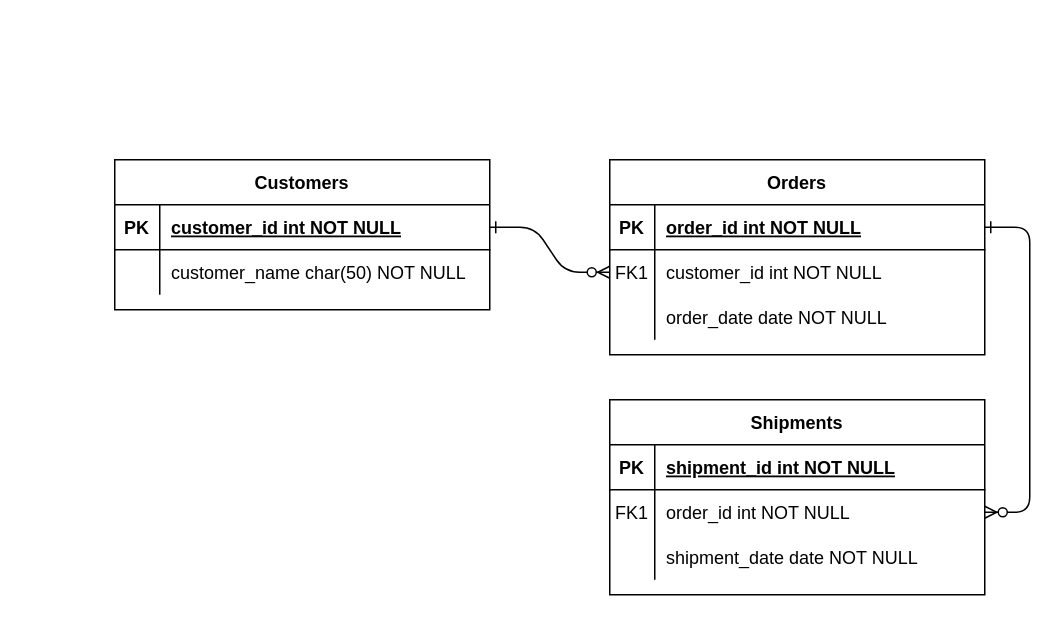
Christinalytle/week9Homework keeps this draw.io diagram as Untitled Diagram.drawio. Above is the earlier version. Source tidied: cells renumbered, new cells numbered last; positions are measured from the earlier drawing's top-left corner, leaving out a move shared by most shapes. Both pictures are drawn from the tidied source at 150%, with x=0, y=0 at pixel (114, 159).
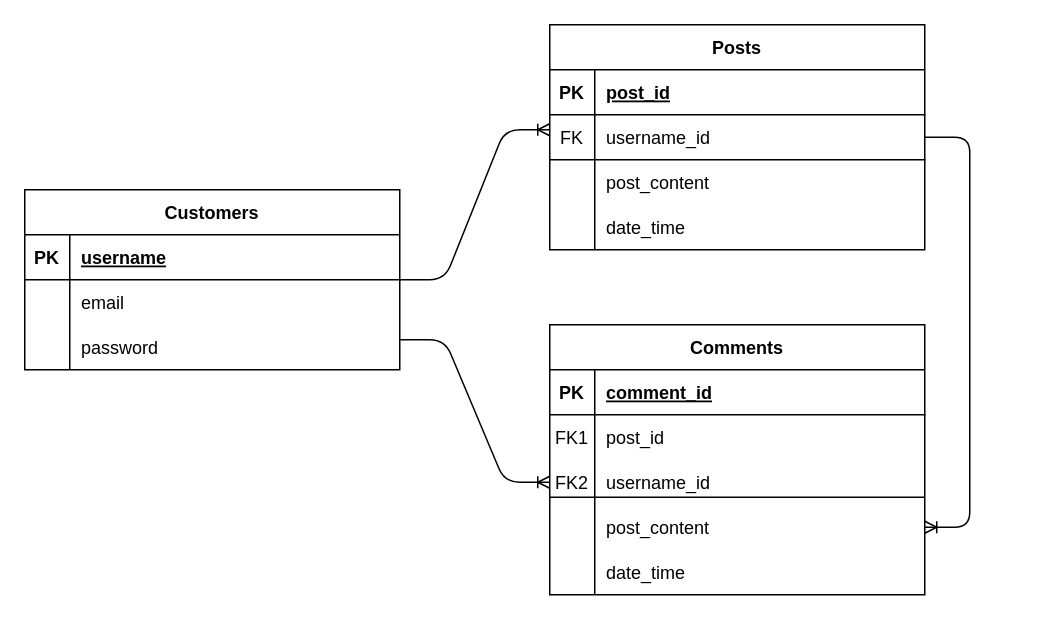
The same diagram, later.

Commit message:
Social Media Diagram

Unchanged cells that the change refers to:
```xml
<mxCell id="5" style="shape=partialRectangle;fillColor=none;points=[[0,0.5],[1,0.5]];portConstraint=eastwest;top=0;left=0;right=0;bottom=1;" parent="4" vertex="1">
  <mxGeometry y="30" width="250" height="30" as="geometry" />
</mxCell>
<mxCell id="11" style="shape=partialRectangle;fillColor=none;top=0;left=0;right=0;bottom=0;" parent="4" vertex="1">
  <mxGeometry y="90" width="250" height="30" as="geometry" />
</mxCell>
<mxCell id="15" style="shape=partialRectangle;fillColor=none;top=0;left=0;right=0;bottom=1;" parent="14" vertex="1">
  <mxGeometry y="30" width="250" height="30" as="geometry" />
</mxCell>
<mxCell id="18" style="shape=partialRectangle;fillColor=none;points=[[0,0.5],[1,0.5]];portConstraint=eastwest;top=0;left=0;right=0;bottom=0;" parent="14" vertex="1">
  <mxGeometry y="60" width="250" height="30" as="geometry" />
</mxCell>
<mxCell id="25" style="shape=partialRectangle;fillColor=none;points=[[0,0.5],[1,0.5]];portConstraint=eastwest;top=0;left=0;right=0;bottom=1;" parent="24" vertex="1">
  <mxGeometry y="30" width="250" height="30" as="geometry" />
</mxCell>
<mxCell id="28" style="shape=partialRectangle;fillColor=none;top=0;left=0;right=0;bottom=0;" parent="24" vertex="1">
  <mxGeometry y="60" width="250" height="30" as="geometry" />
</mxCell>
```

Change to the diagram source:
```diff
@@
-    <mxCell id="2" style="edgeStyle=entityRelationEdgeStyle;endArrow=ERzeroToMany;startArrow=ERone;endFill=1;startFill=0;" parent="1" edge="1" source="25" target="8">
-      <mxGeometry relative="1" as="geometry" />
-    </mxCell>
-    <mxCell id="3" style="edgeStyle=entityRelationEdgeStyle;endArrow=ERzeroToMany;startArrow=ERone;endFill=1;startFill=0;" parent="1" edge="1" source="5" target="18">
-      <mxGeometry relative="1" as="geometry" />
-    </mxCell>
-    <mxCell id="4" value="Orders" style="shape=table;startSize=30;childLayout=tableLayout;rowLines=0;fontStyle=1;align=center;" parent="1" vertex="1">
-      <mxGeometry x="330" width="250" height="130" as="geometry" />
+    <mxCell id="4" value="Posts" style="shape=table;startSize=30;childLayout=tableLayout;rowLines=0;fontStyle=1;align=center;" parent="1" vertex="1">
+      <mxGeometry x="290" y="-90" width="250" height="150" as="geometry" />
     </mxCell>
@@
-    <mxCell id="7" value="order_id int NOT NULL " style="shape=partialRectangle;overflow=hidden;fillColor=none;top=0;left=0;bottom=0;right=0;align=left;spacingLeft=6;fontStyle=5;" parent="5" vertex="1">
+    <mxCell id="7" value="post_id" style="shape=partialRectangle;overflow=hidden;fillColor=none;top=0;left=0;bottom=0;right=0;align=left;spacingLeft=6;fontStyle=5;" parent="5" vertex="1">
       <mxGeometry x="30" width="220" height="30" as="geometry" />
     </mxCell>
-    <mxCell id="8" style="shape=partialRectangle;fillColor=none;points=[[0,0.5],[1,0.5]];portConstraint=eastwest;top=0;left=0;right=0;bottom=0;" parent="4" vertex="1">
-      <mxGeometry y="60" width="250" height="30" as="geometry" />
-    </mxCell>
-    <mxCell id="9" value="FK1" style="shape=partialRectangle;overflow=hidden;fillColor=none;top=0;left=0;bottom=0;right=0;" parent="8" vertex="1">
-      <mxGeometry width="30" height="30" as="geometry" />
-    </mxCell>
-    <mxCell id="10" value="customer_id int NOT NULL" style="shape=partialRectangle;overflow=hidden;fillColor=none;top=0;left=0;bottom=0;right=0;align=left;spacingLeft=6;" parent="8" vertex="1">
-      <mxGeometry x="30" width="220" height="30" as="geometry" />
-    </mxCell>
+    <mxCell id="31" style="shape=partialRectangle;fillColor=none;top=0;left=0;bottom=1;right=0;points=[[0,0.5],[1,0.5]];portConstraint=eastwest;" parent="4" vertex="1">
+      <mxGeometry y="60" width="250" height="30" as="geometry" />
+    </mxCell>
+    <mxCell id="32" value="FK" style="shape=partialRectangle;fillColor=none;top=0;left=0;bottom=0;right=0;fontStyle=0;overflow=hidden;" parent="31" vertex="1">
+      <mxGeometry width="30" height="30" as="geometry" />
+    </mxCell>
+    <mxCell id="33" value="username_id" style="shape=partialRectangle;fillColor=none;top=0;left=0;bottom=0;right=0;align=left;spacingLeft=6;fontStyle=0;overflow=hidden;" parent="31" vertex="1">
+      <mxGeometry x="30" width="220" height="30" as="geometry" />
+    </mxCell>
@@
-    <mxCell id="13" value="order_date date NOT NULL" style="shape=partialRectangle;overflow=hidden;fillColor=none;top=0;left=0;bottom=0;right=0;align=left;spacingLeft=6;" parent="11" vertex="1">
+    <mxCell id="13" value="post_content" style="shape=partialRectangle;overflow=hidden;fillColor=none;top=0;left=0;bottom=0;right=0;align=left;spacingLeft=6;" parent="11" vertex="1">
       <mxGeometry x="30" width="220" height="30" as="geometry" />
     </mxCell>
+    <mxCell id="34" style="shape=partialRectangle;fillColor=none;top=0;left=0;bottom=0;right=0;" parent="4" vertex="1">
+      <mxGeometry y="120" width="250" height="30" as="geometry" />
+    </mxCell>
+    <mxCell id="35" style="shape=partialRectangle;fillColor=none;top=0;left=0;bottom=0;right=0;overflow=hidden;" parent="34" vertex="1">
+      <mxGeometry width="30" height="30" as="geometry" />
+    </mxCell>
+    <mxCell id="36" value="date_time" style="shape=partialRectangle;fillColor=none;top=0;left=0;bottom=0;right=0;align=left;spacingLeft=6;overflow=hidden;" parent="34" vertex="1">
+      <mxGeometry x="30" width="220" height="30" as="geometry" />
+    </mxCell>
-    <mxCell id="14" value="Shipments" style="shape=table;startSize=30;childLayout=tableLayout;rowLines=0;fontStyle=1;align=center;" parent="1" vertex="1">
-      <mxGeometry x="330" y="160" width="250" height="130" as="geometry" />
+    <mxCell id="14" value="Comments" style="shape=table;startSize=30;childLayout=tableLayout;rowLines=0;fontStyle=1;align=center;" parent="1" vertex="1">
+      <mxGeometry x="290" y="110" width="250" height="180" as="geometry" />
     </mxCell>
@@
-    <mxCell id="17" value="shipment_id int NOT NULL " style="shape=partialRectangle;overflow=hidden;fillColor=none;top=0;left=0;bottom=0;right=0;align=left;spacingLeft=6;fontStyle=5;" parent="15" vertex="1">
+    <mxCell id="17" value="comment_id" style="shape=partialRectangle;overflow=hidden;fillColor=none;top=0;left=0;bottom=0;right=0;align=left;spacingLeft=6;fontStyle=5;" parent="15" vertex="1">
       <mxGeometry x="30" width="220" height="30" as="geometry" />
     </mxCell>
@@
-    <mxCell id="20" value="order_id int NOT NULL" style="shape=partialRectangle;overflow=hidden;fillColor=none;top=0;left=0;bottom=0;right=0;align=left;spacingLeft=6;" parent="18" vertex="1">
+    <mxCell id="20" value="post_id" style="shape=partialRectangle;overflow=hidden;fillColor=none;top=0;left=0;bottom=0;right=0;align=left;spacingLeft=6;" parent="18" vertex="1">
       <mxGeometry x="30" width="220" height="30" as="geometry" />
     </mxCell>
+    <mxCell id="37" style="shape=partialRectangle;fillColor=none;top=0;left=0;bottom=0;right=0;points=[[0,0.5],[1,0.5]];portConstraint=eastwest;strokeColor=#000000;strokeWidth=1;" parent="14" vertex="1">
+      <mxGeometry y="90" width="250" height="30" as="geometry" />
+    </mxCell>
+    <mxCell id="38" value="FK2" style="shape=partialRectangle;fillColor=none;top=0;left=0;bottom=0;right=0;fontStyle=0;overflow=hidden;" parent="37" vertex="1">
+      <mxGeometry width="30" height="30" as="geometry" />
+    </mxCell>
+    <mxCell id="39" value="username_id" style="shape=partialRectangle;fillColor=none;top=0;left=0;bottom=0;right=0;align=left;spacingLeft=6;fontStyle=0;overflow=hidden;" parent="37" vertex="1">
+      <mxGeometry x="30" width="220" height="30" as="geometry" />
+    </mxCell>
     <mxCell id="21" style="shape=partialRectangle;fillColor=none;points=[[0,0.5],[1,0.5]];portConstraint=eastwest;top=0;left=0;right=0;bottom=0;" parent="14" vertex="1">
-      <mxGeometry y="90" width="250" height="30" as="geometry" />
+      <mxGeometry y="120" width="250" height="30" as="geometry" />
     </mxCell>
@@
-    <mxCell id="23" value="shipment_date date NOT NULL" style="shape=partialRectangle;overflow=hidden;fillColor=none;top=0;left=0;bottom=0;right=0;align=left;spacingLeft=6;" parent="21" vertex="1">
+    <mxCell id="23" value="post_content" style="shape=partialRectangle;overflow=hidden;fillColor=none;top=0;left=0;bottom=0;right=0;align=left;spacingLeft=6;" parent="21" vertex="1">
       <mxGeometry x="30" width="220" height="30" as="geometry" />
     </mxCell>
+    <mxCell id="40" style="shape=partialRectangle;fillColor=none;top=0;left=0;bottom=0;right=0;strokeColor=#000000;strokeWidth=1;" parent="14" vertex="1">
+      <mxGeometry y="150" width="250" height="30" as="geometry" />
+    </mxCell>
+    <mxCell id="41" style="shape=partialRectangle;fillColor=none;top=0;left=0;bottom=0;right=0;overflow=hidden;" parent="40" vertex="1">
+      <mxGeometry width="30" height="30" as="geometry" />
+    </mxCell>
+    <mxCell id="42" value="date_time" style="shape=partialRectangle;fillColor=none;top=0;left=0;bottom=0;right=0;align=left;spacingLeft=6;overflow=hidden;" parent="40" vertex="1">
+      <mxGeometry x="30" width="220" height="30" as="geometry" />
+    </mxCell>
     <mxCell id="24" value="Customers" style="shape=table;startSize=30;childLayout=tableLayout;rowLines=0;fontStyle=1;align=center;" parent="1" vertex="1">
-      <mxGeometry width="250" height="100" as="geometry" />
+      <mxGeometry x="-60" y="20" width="250" height="120" as="geometry" />
     </mxCell>
@@
-    <mxCell id="27" value="customer_id int NOT NULL " style="shape=partialRectangle;overflow=hidden;fillColor=none;top=0;left=0;bottom=0;right=0;align=left;spacingLeft=6;fontStyle=5;" parent="25" vertex="1">
+    <mxCell id="27" value="username" style="shape=partialRectangle;overflow=hidden;fillColor=none;top=0;left=0;bottom=0;right=0;align=left;spacingLeft=6;fontStyle=5;" parent="25" vertex="1">
       <mxGeometry x="30" width="220" height="30" as="geometry" />
     </mxCell>
@@
-    <mxCell id="30" value="customer_name char(50) NOT NULL" style="shape=partialRectangle;overflow=hidden;fillColor=none;top=0;left=0;bottom=0;right=0;align=left;spacingLeft=6;" parent="28" vertex="1">
+    <mxCell id="30" value="email " style="shape=partialRectangle;overflow=hidden;fillColor=none;top=0;left=0;bottom=0;right=0;align=left;spacingLeft=6;" parent="28" vertex="1">
       <mxGeometry x="30" width="220" height="30" as="geometry" />
     </mxCell>
+    <mxCell id="43" style="shape=partialRectangle;fillColor=none;top=0;left=0;bottom=0;right=0;strokeColor=#000000;strokeWidth=1;" parent="24" vertex="1">
+      <mxGeometry y="90" width="250" height="30" as="geometry" />
+    </mxCell>
+    <mxCell id="44" style="shape=partialRectangle;fillColor=none;top=0;left=0;bottom=0;right=0;overflow=hidden;" parent="43" vertex="1">
+      <mxGeometry width="30" height="30" as="geometry" />
+    </mxCell>
+    <mxCell id="45" value="password" style="shape=partialRectangle;fillColor=none;top=0;left=0;bottom=0;right=0;align=left;spacingLeft=6;overflow=hidden;" parent="43" vertex="1">
+      <mxGeometry x="30" width="220" height="30" as="geometry" />
+    </mxCell>
+    <mxCell id="46" style="edgeStyle=entityRelationEdgeStyle;fontSize=12;html=1;endArrow=ERoneToMany;" parent="1" edge="1">
+      <mxGeometry relative="1" as="geometry">
+        <mxPoint x="190" y="80" as="sourcePoint" />
+        <mxPoint x="290" y="-20" as="targetPoint" />
+      </mxGeometry>
+    </mxCell>
+    <mxCell id="47" style="edgeStyle=entityRelationEdgeStyle;fontSize=12;html=1;endArrow=ERoneToMany;entryX=0;entryY=0.5;entryDx=0;entryDy=0;" parent="1" edge="1" target="37">
+      <mxGeometry relative="1" as="geometry">
+        <mxPoint x="190" y="120" as="sourcePoint" />
+      </mxGeometry>
+    </mxCell>
+    <mxCell id="48" style="edgeStyle=entityRelationEdgeStyle;fontSize=12;html=1;endArrow=ERoneToMany;exitX=1;exitY=0.5;exitDx=0;exitDy=0;" parent="1" edge="1" source="31" target="21">
+      <mxGeometry relative="1" as="geometry" />
+    </mxCell>
+    <mxCell id="49" style="line;strokeWidth=1;dashed=0;labelPosition=right;align=left;verticalAlign=middle;spacingTop=0;spacingLeft=6;" parent="1" vertex="1">
+      <mxGeometry x="290" y="220" width="250" height="10" as="geometry" />
+    </mxCell>
```
